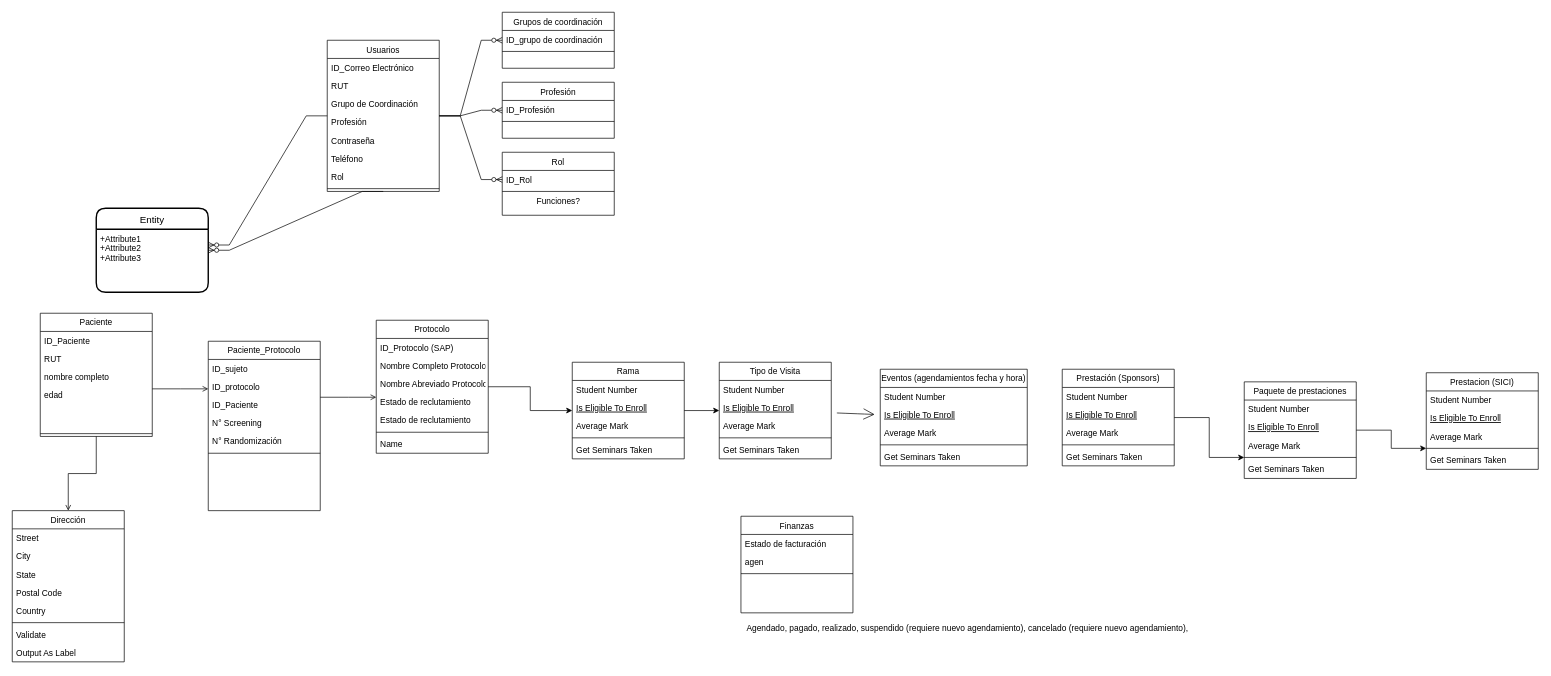
Above: UIDO_Protocolos.drawio in ietchart/UIDO (draw.io), before the change. Source tidied: cells renumbered, new cells numbered last; positions are measured from the earlier drawing's top-left corner, leaving out a move shared by most shapes. Both pictures are drawn from the tidied source at 70%, with x=0, y=0 at pixel (12, 12).
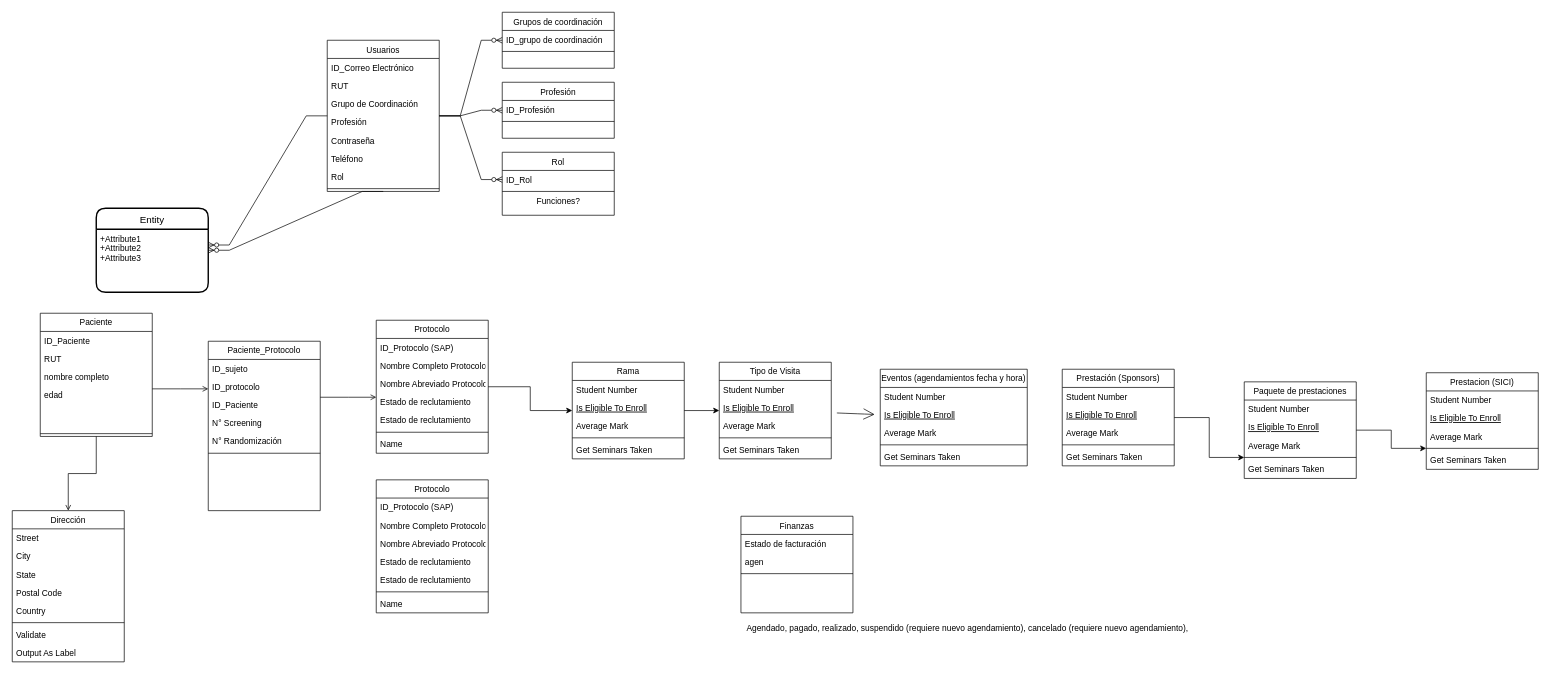
Above is the later version.

Change to the diagram source:
```diff
@@
+    <mxCell id="107" value="Protocolo" style="swimlane;fontStyle=0;align=center;verticalAlign=top;horizontal=1;startSize=26;rounded=0;shadow=0;strokeWidth=1;" parent="1" vertex="1">
+      <mxGeometry x="520" y="668" width="160" height="190" as="geometry" />
+    </mxCell>
+    <mxCell id="108" value="ID_Protocolo (SAP)" style="text;align=left;verticalAlign=top;spacingLeft=4;spacingRight=4;overflow=hidden;" parent="107" vertex="1">
+      <mxGeometry y="26" width="160" height="26" as="geometry" />
+    </mxCell>
+    <mxCell id="109" value="Nombre Completo Protocolo" style="text;align=left;verticalAlign=top;spacingLeft=4;spacingRight=4;overflow=hidden;" parent="107" vertex="1">
+      <mxGeometry y="52" width="160" height="26" as="geometry" />
+    </mxCell>
+    <mxCell id="110" value="Nombre Abreviado Protocolo" style="text;align=left;verticalAlign=top;spacingLeft=4;spacingRight=4;overflow=hidden;" parent="107" vertex="1">
+      <mxGeometry y="78" width="160" height="26" as="geometry" />
+    </mxCell>
+    <mxCell id="111" value="Estado de reclutamiento" style="text;align=left;verticalAlign=top;spacingLeft=4;spacingRight=4;overflow=hidden;" parent="107" vertex="1">
+      <mxGeometry y="104" width="160" height="26" as="geometry" />
+    </mxCell>
+    <mxCell id="112" value="Estado de reclutamiento" style="text;align=left;verticalAlign=top;spacingLeft=4;spacingRight=4;overflow=hidden;" parent="107" vertex="1">
+      <mxGeometry y="130" width="160" height="26" as="geometry" />
+    </mxCell>
+    <mxCell id="113" style="line;html=1;strokeWidth=1;align=left;verticalAlign=middle;spacingTop=-1;spacingLeft=3;spacingRight=3;labelPosition=right;" parent="107" vertex="1">
+      <mxGeometry y="156" width="160" height="8" as="geometry" />
+    </mxCell>
+    <mxCell id="114" value="Name" style="text;align=left;verticalAlign=top;spacingLeft=4;spacingRight=4;overflow=hidden;" parent="107" vertex="1">
+      <mxGeometry y="164" width="160" height="26" as="geometry" />
+    </mxCell>
```
